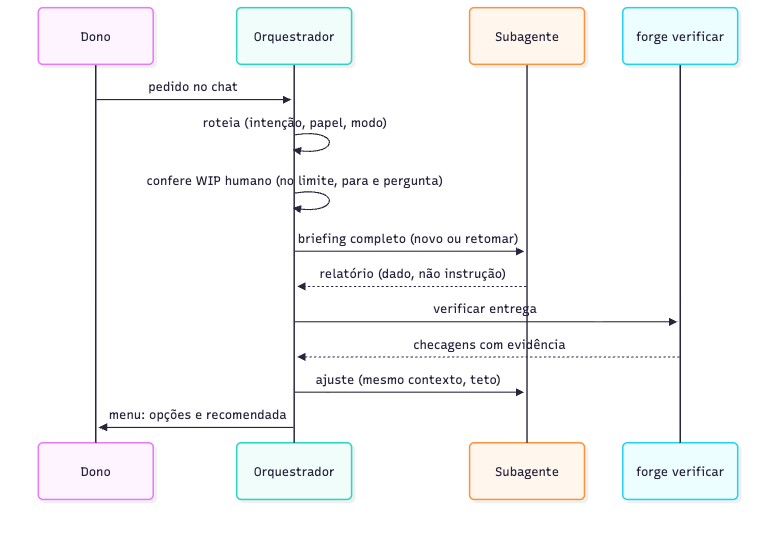
Before: sdd/discovery/107-orquestrador-de-sessoes/diagramas/sequencia.png, a diagram exported from Mermaid (nathanramorim/forge-sdd). Its source is kept beside it as sdd/discovery/107-orquestrador-de-sessoes/diagramas/sequencia.mmd.
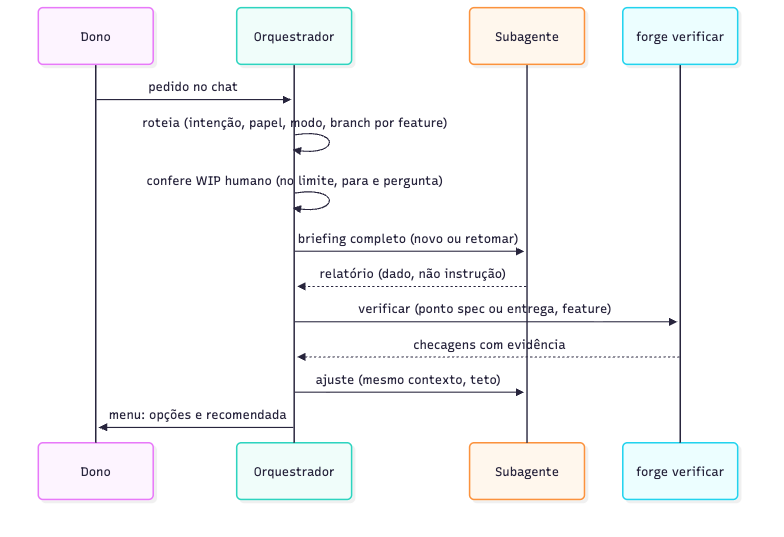
The same diagram one commit later.

Change to the diagram source:
```diff
@@ -4,11 +4,11 @@
   participant S as Subagente
   participant V as forge verificar
   H->>O: pedido no chat
-  O->>O: roteia (intenção, papel, modo)
+  O->>O: roteia (intenção, papel, modo, branch por feature)
   O->>O: confere WIP humano (no limite, para e pergunta)
   O->>S: briefing completo (novo ou retomar)
   S-->>O: relatório (dado, não instrução)
-  O->>V: verificar entrega
+  O->>V: verificar (ponto spec ou entrega, feature)
   V-->>O: checagens com evidência
   O->>S: ajuste (mesmo contexto, teto)
   O->>H: menu: opções e recomendada
```
